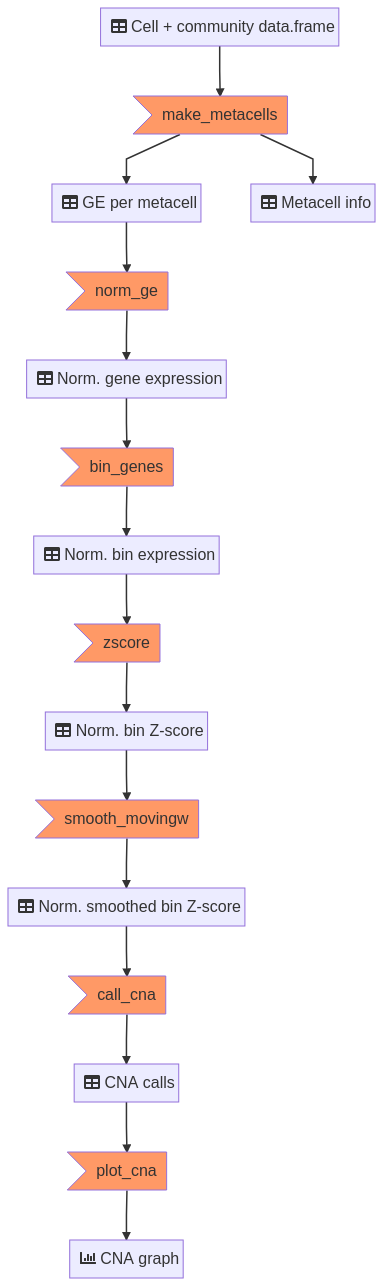
Above: docs/flowchart-cnacalling.png in jmonlong/scCNAutils (Mermaid), before the change. Its source is kept beside it as docs/flowchart-cnacalling.mmd. Source of this version:
```mermaid
graph TD

CC[fa:fa-table Cell + community data.frame] --> mc>make_metacells]
mc --> MC[fa:fa-table GE per metacell]
mc --> MCC[fa:fa-table Metacell info]

MC --> J>norm_ge]
J --> JJ[fa:fa-table Norm. gene expression]
JJ --> K>bin_genes]
K --> KK[fa:fa-table Norm. bin expression]
KK --> L>zscore]
L --> LL[fa:fa-table Norm. bin Z-score]
LL --> M>smooth_movingw]
M --> MM[fa:fa-table Norm. smoothed bin Z-score]

MM --> c>call_cna]
c --> C[fa:fa-table CNA calls]
C --> pc>plot_cna]
pc --> PC[fa:fa-chart-bar CNA graph]

classDef orange fill:#f96;
class mc,L,M,c,pc,J,K orange
```
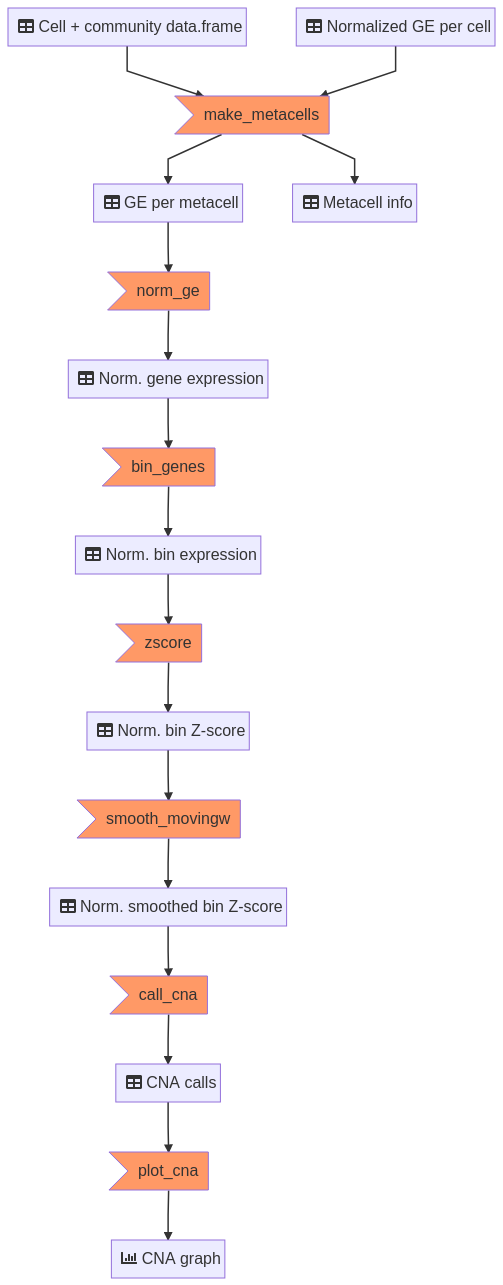
Above is the later version.

Change to the diagram source:
```diff
@@ -1,6 +1,7 @@
 graph TD
 
 CC[fa:fa-table Cell + community data.frame] --> mc>make_metacells]
+DD[fa:fa-table Normalized GE per cell] --> mc
 mc --> MC[fa:fa-table GE per metacell]
 mc --> MCC[fa:fa-table Metacell info]
 
```
